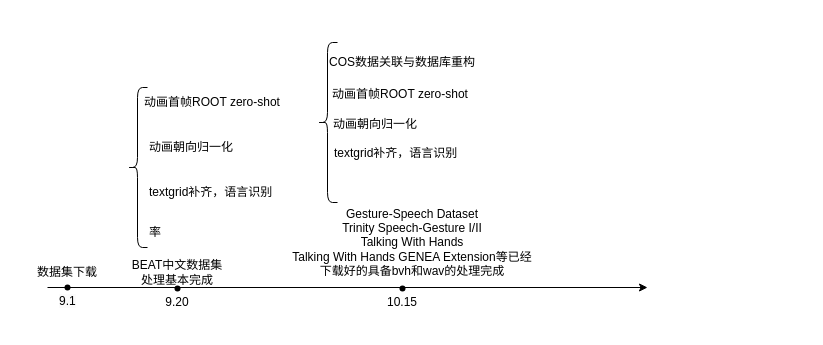
Before: cs2g进展.drawio in enzoyes/desginsindraw, a draw.io diagram. Source tidied: cells renumbered, new cells numbered last; positions are measured from the earlier drawing's top-left corner, leaving out a move shared by most shapes. Both pictures are drawn from the tidied source at 100%, with x=0, y=0 at pixel (17, 42).
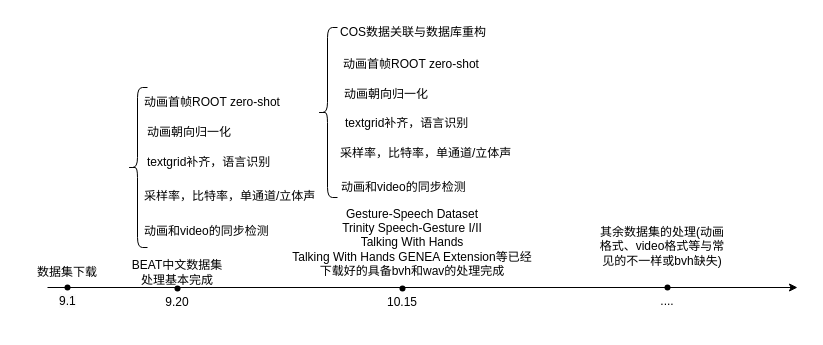
The same diagram, later.

The edit, as a diff of the source:
```diff
@@
     <mxCell id="2" style="endArrow=classic;html=1;rounded=0;" parent="1" edge="1">
       <mxGeometry relative="1" as="geometry">
         <mxPoint x="30" y="245" as="sourcePoint" />
-        <mxPoint x="630" y="245" as="targetPoint" />
+        <mxPoint x="780" y="245" as="targetPoint" />
       </mxGeometry>
     </mxCell>
@@
     <mxCell id="12" value="动画朝向归一化" style="text;html=1;strokeColor=none;fillColor=none;align=left;verticalAlign=middle;whiteSpace=wrap;rounded=0;" parent="1" vertex="1">
-      <mxGeometry x="130" y="90" width="150" height="30" as="geometry" />
+      <mxGeometry x="128" y="75" width="150" height="30" as="geometry" />
     </mxCell>
     <mxCell id="13" value="textgrid补齐，语言识别" style="text;html=1;strokeColor=none;fillColor=none;align=left;verticalAlign=middle;whiteSpace=wrap;rounded=0;" parent="1" vertex="1">
-      <mxGeometry x="130" y="135" width="150" height="30" as="geometry" />
+      <mxGeometry x="128" y="105" width="150" height="30" as="geometry" />
     </mxCell>
-    <mxCell id="14" value="率" style="text;html=1;strokeColor=none;fillColor=none;align=left;verticalAlign=middle;whiteSpace=wrap;rounded=0;" parent="1" vertex="1">
-      <mxGeometry x="130" y="175" width="150" height="30" as="geometry" />
+    <mxCell id="14" value="采样率，比特率，单通道/立体声" style="text;html=1;strokeColor=none;fillColor=none;align=left;verticalAlign=middle;whiteSpace=wrap;rounded=0;" parent="1" vertex="1">
+      <mxGeometry x="125" y="139" width="180" height="30" as="geometry" />
     </mxCell>
@@
     <mxCell id="17" style="shape=curlyBracket;whiteSpace=wrap;html=1;rounded=1;labelPosition=left;verticalLabelPosition=middle;align=right;verticalAlign=middle;" parent="1" vertex="1">
-      <mxGeometry x="300" width="20" height="160" as="geometry" />
+      <mxGeometry x="300" y="-15" width="20" height="170" as="geometry" />
     </mxCell>
     <mxCell id="18" value="动画首帧ROOT zero-shot" style="text;html=1;strokeColor=none;fillColor=none;align=center;verticalAlign=middle;whiteSpace=wrap;rounded=0;" parent="1" vertex="1">
-      <mxGeometry x="308" y="37" width="150" height="30" as="geometry" />
+      <mxGeometry x="318.5" y="7" width="150" height="30" as="geometry" />
     </mxCell>
     <mxCell id="19" value="动画朝向归一化" style="text;html=1;strokeColor=none;fillColor=none;align=left;verticalAlign=middle;whiteSpace=wrap;rounded=0;" parent="1" vertex="1">
-      <mxGeometry x="314" y="67" width="150" height="30" as="geometry" />
+      <mxGeometry x="324.5" y="37" width="150" height="30" as="geometry" />
     </mxCell>
     <mxCell id="20" value="textgrid补齐，语言识别" style="text;html=1;strokeColor=none;fillColor=none;align=left;verticalAlign=middle;whiteSpace=wrap;rounded=0;" parent="1" vertex="1">
-      <mxGeometry x="315" y="96" width="150" height="30" as="geometry" />
+      <mxGeometry x="325.5" y="66" width="150" height="30" as="geometry" />
     </mxCell>
     <mxCell id="21" value="COS数据关联与数据库重构" style="text;html=1;strokeColor=none;fillColor=none;align=center;verticalAlign=middle;whiteSpace=wrap;rounded=0;" parent="1" vertex="1">
-      <mxGeometry x="310" y="5" width="150" height="30" as="geometry" />
+      <mxGeometry x="320.5" y="-25" width="150" height="30" as="geometry" />
     </mxCell>
+    <mxCell id="22" value="采样率，比特率，单通道/立体声" style="text;html=1;strokeColor=none;fillColor=none;align=left;verticalAlign=middle;whiteSpace=wrap;rounded=0;" parent="1" vertex="1">
+      <mxGeometry x="320.5" y="96" width="180" height="30" as="geometry" />
+    </mxCell>
+    <mxCell id="23" value="动画和video的同步检测" style="text;html=1;strokeColor=none;fillColor=none;align=left;verticalAlign=middle;whiteSpace=wrap;rounded=0;" parent="1" vertex="1">
+      <mxGeometry x="125" y="174" width="180" height="30" as="geometry" />
+    </mxCell>
+    <mxCell id="24" value="动画和video的同步检测" style="text;html=1;strokeColor=none;fillColor=none;align=left;verticalAlign=middle;whiteSpace=wrap;rounded=0;" parent="1" vertex="1">
+      <mxGeometry x="321.5" y="130" width="180" height="30" as="geometry" />
+    </mxCell>
+    <mxCell id="25" style="shape=waypoint;sketch=0;fillStyle=solid;size=6;fillColor=none;perimeter=centerPerimeter;" parent="1" vertex="1">
+      <mxGeometry x="640" y="235" width="20" height="20" as="geometry" />
+    </mxCell>
+    <mxCell id="26" value="...." style="text;html=1;strokeColor=none;fillColor=none;align=center;verticalAlign=middle;whiteSpace=wrap;rounded=0;" parent="1" vertex="1">
+      <mxGeometry x="620" y="244" width="60" height="30" as="geometry" />
+    </mxCell>
+    <mxCell id="27" value="其余数据集的处理(动画格式、video格式等与常见的不一样或bvh缺失)" style="text;html=1;strokeColor=none;fillColor=none;align=center;verticalAlign=middle;whiteSpace=wrap;rounded=0;" parent="1" vertex="1">
+      <mxGeometry x="580" y="169" width="130" height="70" as="geometry" />
+    </mxCell>
```
